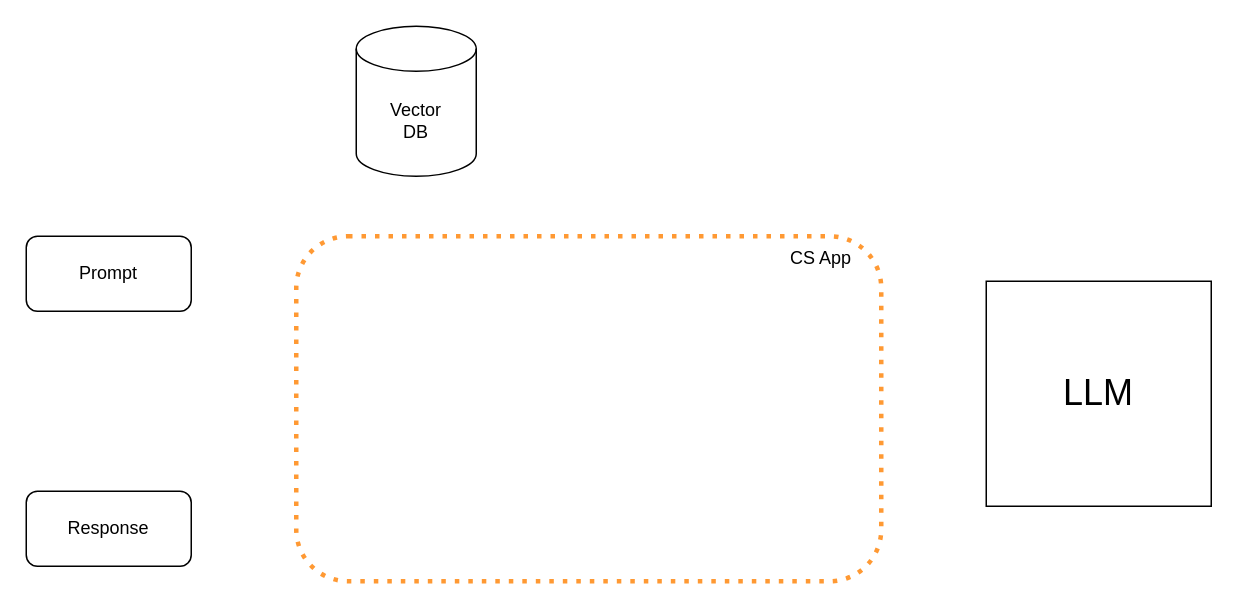
rohit23ahuja/draw-io keeps this draw.io diagram as ai-engineering/AIEngineering.drawio. Above is the earlier version. Source tidied: cells renumbered, new cells numbered last; positions are measured from the earlier drawing's top-left corner, leaving out a move shared by most shapes. Both pictures are drawn from the tidied source at 150%, with x=0, y=0 at pixel (26, 26).
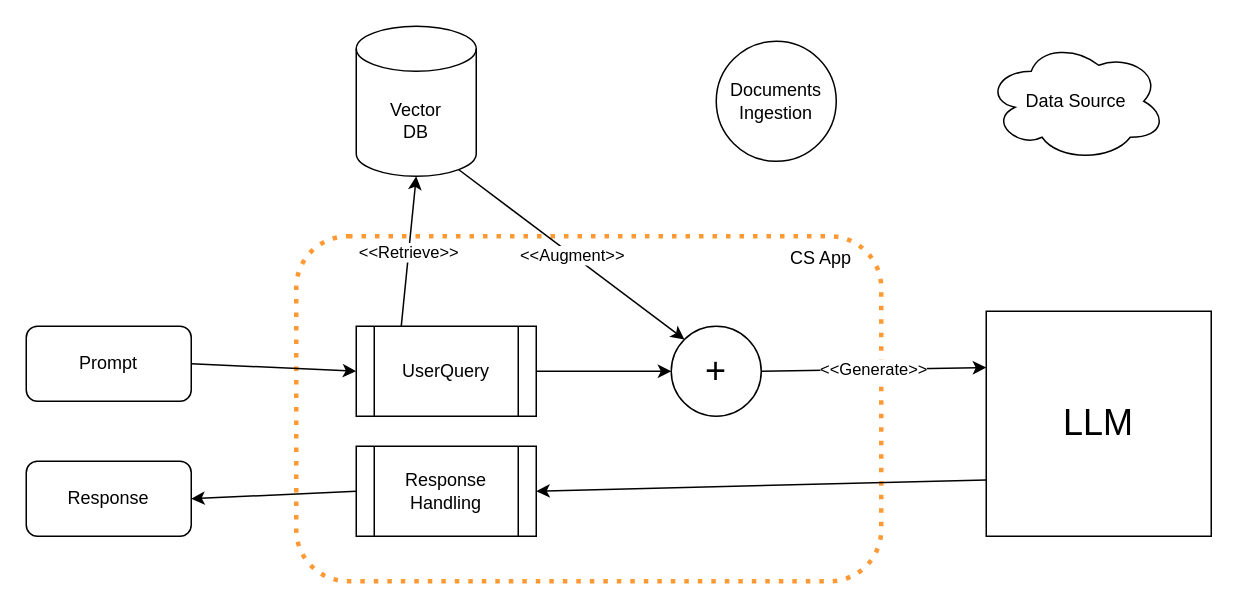
After the change.

Unchanged cells that the change refers to:
```xml
<mxCell id="5" value="Vector&lt;div&gt;DB&lt;/div&gt;" style="shape=cylinder3;whiteSpace=wrap;html=1;boundedLbl=1;backgroundOutline=1;size=15;" parent="1" vertex="1">
  <mxGeometry x="220" width="80" height="100" as="geometry" />
</mxCell>
```

The edit, as a diff of the source:
```diff
@@
     <mxCell id="2" value="Prompt" style="rounded=1;whiteSpace=wrap;html=1;" parent="1" vertex="1">
-      <mxGeometry y="140" width="110" height="50" as="geometry" />
+      <mxGeometry y="200" width="110" height="50" as="geometry" />
     </mxCell>
     <mxCell id="3" value="Response" style="rounded=1;whiteSpace=wrap;html=1;" parent="1" vertex="1">
-      <mxGeometry y="310" width="110" height="50" as="geometry" />
+      <mxGeometry y="290" width="110" height="50" as="geometry" />
     </mxCell>
     <mxCell id="4" value="&lt;font style=&quot;font-size: 24px;&quot;&gt;LLM&lt;/font&gt;" style="whiteSpace=wrap;html=1;" parent="1" vertex="1">
-      <mxGeometry x="640" y="170" width="150" height="150" as="geometry" />
+      <mxGeometry x="640" y="190" width="150" height="150" as="geometry" />
     </mxCell>
@@
+    <mxCell id="8" value="Data Source" style="ellipse;shape=cloud;whiteSpace=wrap;html=1;" parent="1" vertex="1">
+      <mxGeometry x="640" y="10" width="120" height="80" as="geometry" />
+    </mxCell>
+    <mxCell id="9" value="Documents&lt;div&gt;Ingestion&lt;/div&gt;" style="ellipse;whiteSpace=wrap;html=1;" parent="1" vertex="1">
+      <mxGeometry x="460" y="10" width="80" height="80" as="geometry" />
+    </mxCell>
+    <mxCell id="10" value="UserQuery" style="shape=process;whiteSpace=wrap;html=1;backgroundOutline=1;" parent="1" vertex="1">
+      <mxGeometry x="220" y="200" width="120" height="60" as="geometry" />
+    </mxCell>
+    <mxCell id="11" style="endArrow=classic;html=1;rounded=0;entryX=0.5;entryY=1;entryDx=0;entryDy=0;entryPerimeter=0;exitX=0.25;exitY=0;exitDx=0;exitDy=0;" parent="1" edge="1" source="10" target="5">
+      <mxGeometry relative="1" as="geometry" />
+    </mxCell>
+    <mxCell id="12" value="&amp;lt;&amp;lt;Retrieve&amp;gt;&amp;gt;" style="edgeLabel;html=1;align=center;verticalAlign=middle;" parent="11" vertex="1">
+      <mxGeometry relative="1" as="geometry" />
+    </mxCell>
+    <mxCell id="13" value="&lt;font style=&quot;font-size: 24px;&quot;&gt;+&lt;/font&gt;" style="ellipse;whiteSpace=wrap;html=1;" parent="1" vertex="1">
+      <mxGeometry x="430" y="200" width="60" height="60" as="geometry" />
+    </mxCell>
+    <mxCell id="14" style="endArrow=classic;html=1;rounded=0;entryX=0;entryY=0;entryDx=0;entryDy=0;exitX=0.855;exitY=1;exitDx=0;exitDy=-4.35;exitPerimeter=0;" parent="1" edge="1" source="5" target="13">
+      <mxGeometry relative="1" as="geometry" />
+    </mxCell>
+    <mxCell id="15" value="&amp;lt;&amp;lt;Augment&amp;gt;&amp;gt;" style="edgeLabel;html=1;align=center;verticalAlign=middle;" parent="14" vertex="1">
+      <mxGeometry relative="1" as="geometry" />
+    </mxCell>
+    <mxCell id="16" style="endArrow=classic;html=1;rounded=0;entryX=0;entryY=0.5;entryDx=0;entryDy=0;exitX=1;exitY=0.5;exitDx=0;exitDy=0;" parent="1" edge="1" source="10" target="13">
+      <mxGeometry relative="1" as="geometry" />
+    </mxCell>
+    <mxCell id="17" style="endArrow=classic;html=1;rounded=0;entryX=0;entryY=0.25;entryDx=0;entryDy=0;exitX=1;exitY=0.5;exitDx=0;exitDy=0;" parent="1" edge="1" source="13" target="4">
+      <mxGeometry relative="1" as="geometry" />
+    </mxCell>
+    <mxCell id="18" value="&amp;lt;&amp;lt;Generate&amp;gt;&amp;gt;" style="edgeLabel;html=1;align=center;verticalAlign=middle;" parent="17" vertex="1">
+      <mxGeometry relative="1" as="geometry" />
+    </mxCell>
+    <mxCell id="19" value="Response&lt;br&gt;Handling" style="shape=process;whiteSpace=wrap;html=1;backgroundOutline=1;" parent="1" vertex="1">
+      <mxGeometry x="220" y="280" width="120" height="60" as="geometry" />
+    </mxCell>
+    <mxCell id="20" style="endArrow=classic;html=1;rounded=0;exitX=0;exitY=0.75;exitDx=0;exitDy=0;entryX=1;entryY=0.5;entryDx=0;entryDy=0;" parent="1" edge="1" source="4" target="19">
+      <mxGeometry relative="1" as="geometry" />
+    </mxCell>
+    <mxCell id="21" style="endArrow=classic;html=1;rounded=0;entryX=1;entryY=0.5;entryDx=0;entryDy=0;exitX=0;exitY=0.5;exitDx=0;exitDy=0;" parent="1" edge="1" source="19" target="3">
+      <mxGeometry relative="1" as="geometry" />
+    </mxCell>
+    <mxCell id="22" style="endArrow=classic;html=1;rounded=0;entryX=0;entryY=0.5;entryDx=0;entryDy=0;exitX=1;exitY=0.5;exitDx=0;exitDy=0;" parent="1" edge="1" source="2" target="10">
+      <mxGeometry relative="1" as="geometry" />
+    </mxCell>
```
